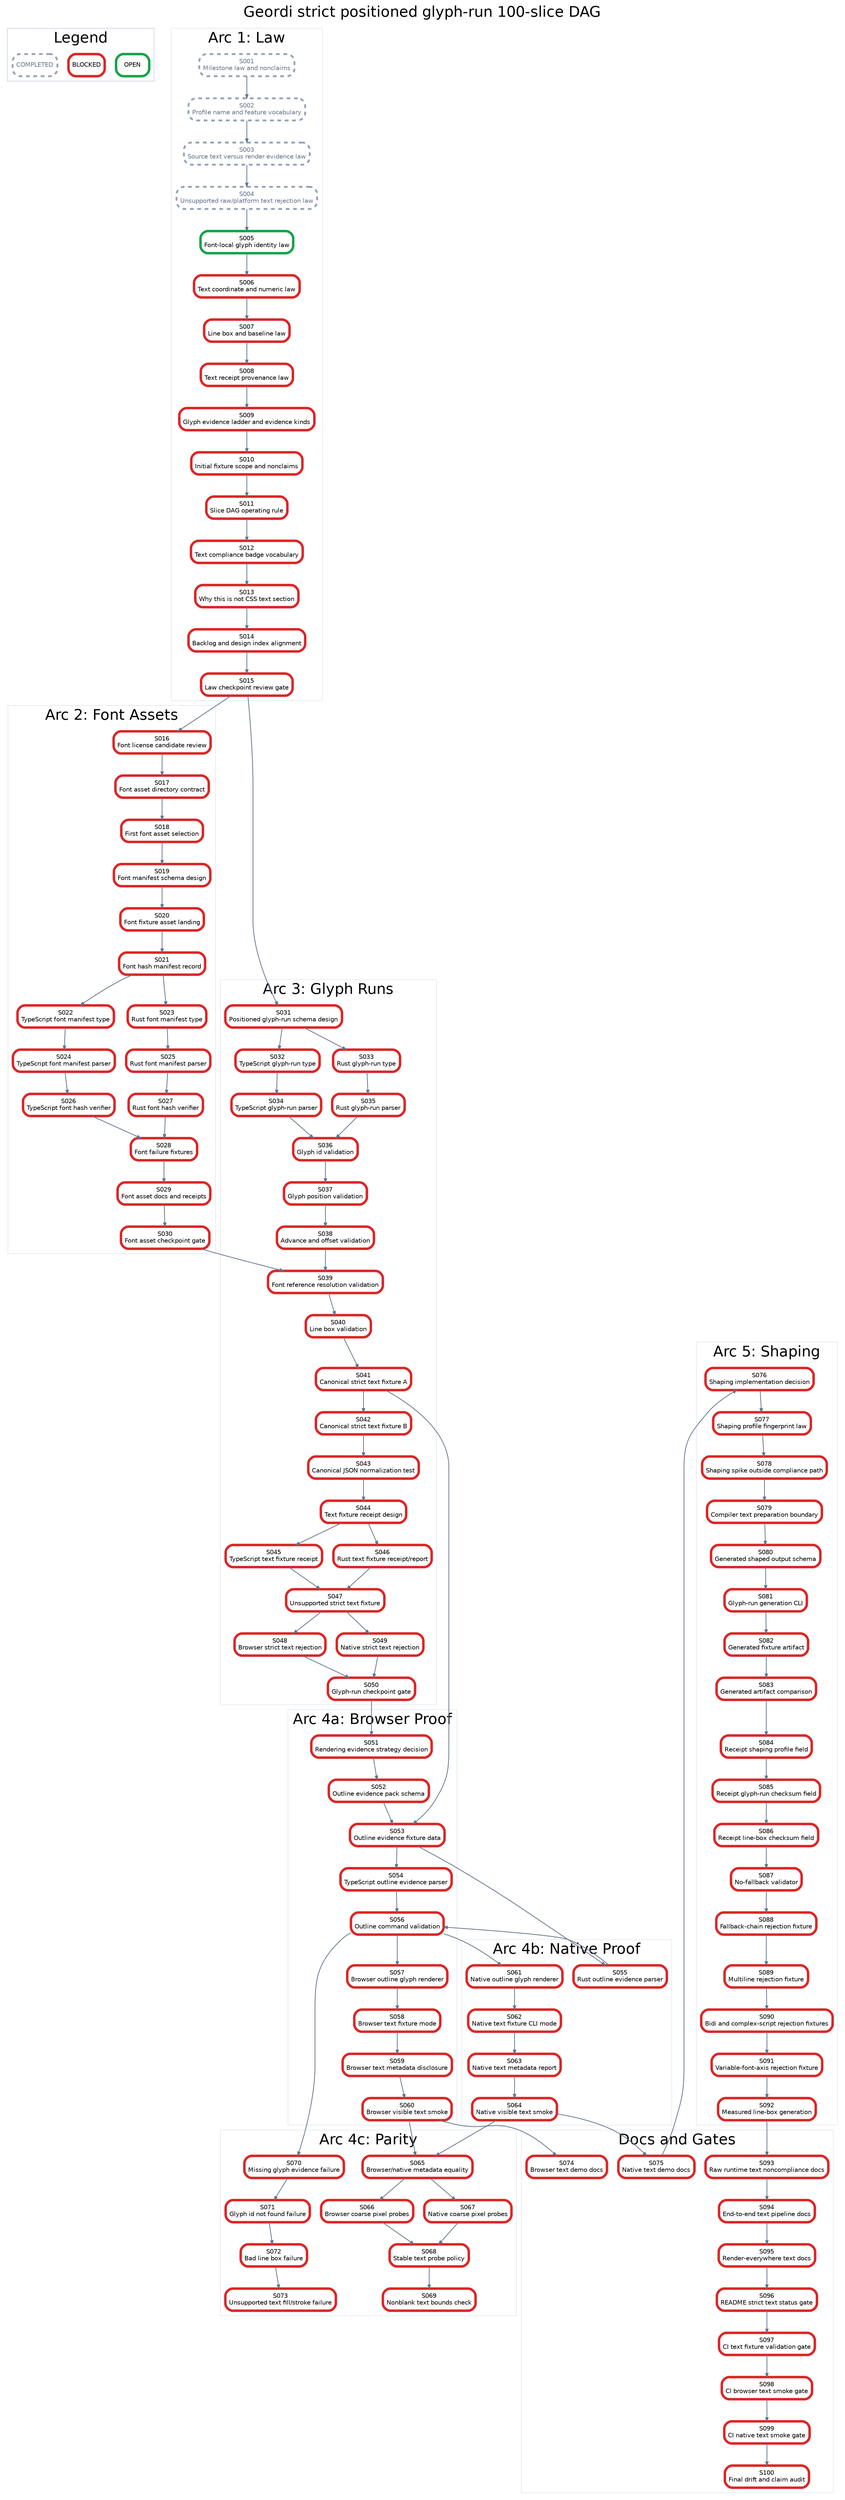
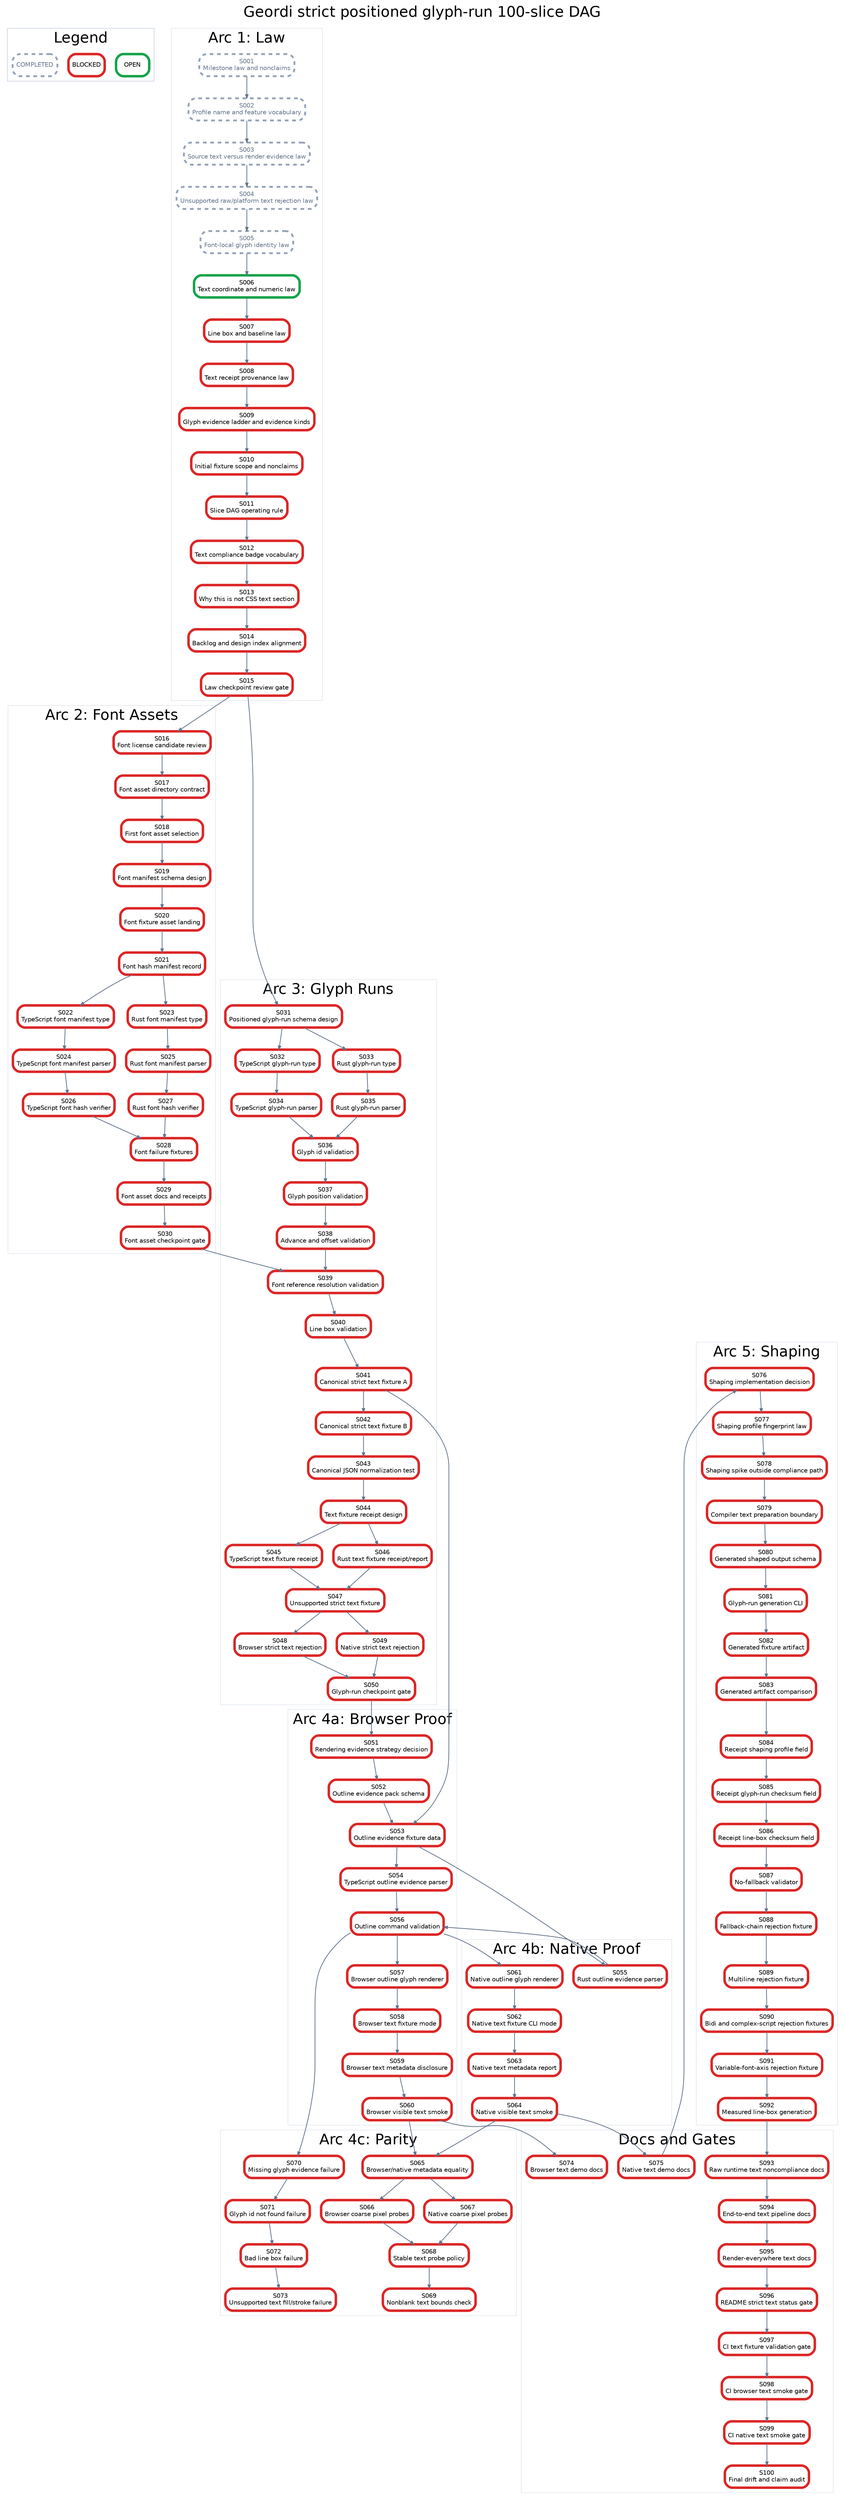
digraph StrictPositionedGlyphRunPlan {
  graph [rankdir=TB, bgcolor="white", fontname="Helvetica", label="Geordi strict positioned glyph-run 100-slice DAG", labelloc="t", fontsize=24];
  node [shape=box, style="rounded,filled", fillcolor="white", fontname="Helvetica", fontsize=10, margin="0.08,0.05"];
  edge [color="#64748b", arrowsize=0.6, penwidth=1.2];

  subgraph cluster_legend {
    label="Legend";
    color="#cbd5e1";
    legend_open [label="OPEN", color="#16a34a", penwidth=4];
    legend_blocked [label="BLOCKED", color="#dc2626", penwidth=4];
    legend_done [label="COMPLETED", color="#94a3b8", penwidth=3, style="rounded,filled,dashed", fontcolor="#64748b"];
  }

  subgraph cluster_law {
    label="Arc 1: Law";
    color="#e2e8f0";
    S001 [label="S001\nMilestone law and nonclaims", color="#94a3b8", penwidth=3, style="rounded,filled,dashed", fontcolor="#64748b"];
    S002 [label="S002\nProfile name and feature vocabulary", color="#94a3b8", penwidth=3, style="rounded,filled,dashed", fontcolor="#64748b"];
    S003 [label="S003\nSource text versus render evidence law", color="#94a3b8", penwidth=3, style="rounded,filled,dashed", fontcolor="#64748b"];
    S004 [label="S004\nUnsupported raw/platform text rejection law", color="#94a3b8", penwidth=3, style="rounded,filled,dashed", fontcolor="#64748b"];
-     S005 [label="S005\nFont-local glyph identity law", color="#16a34a", penwidth=4];
-     S006 [label="S006\nText coordinate and numeric law", color="#dc2626", penwidth=4];
+     S005 [label="S005\nFont-local glyph identity law", color="#94a3b8", penwidth=3, style="rounded,filled,dashed", fontcolor="#64748b"];
+     S006 [label="S006\nText coordinate and numeric law", color="#16a34a", penwidth=4];
    S007 [label="S007\nLine box and baseline law", color="#dc2626", penwidth=4];
    S008 [label="S008\nText receipt provenance law", color="#dc2626", penwidth=4];
    S009 [label="S009\nGlyph evidence ladder and evidence kinds", color="#dc2626", penwidth=4];
    S010 [label="S010\nInitial fixture scope and nonclaims", color="#dc2626", penwidth=4];
    S011 [label="S011\nSlice DAG operating rule", color="#dc2626", penwidth=4];
    S012 [label="S012\nText compliance badge vocabulary", color="#dc2626", penwidth=4];
    S013 [label="S013\nWhy this is not CSS text section", color="#dc2626", penwidth=4];
    S014 [label="S014\nBacklog and design index alignment", color="#dc2626", penwidth=4];
    S015 [label="S015\nLaw checkpoint review gate", color="#dc2626", penwidth=4];
  }

  subgraph cluster_assets {
    label="Arc 2: Font Assets";
    color="#e2e8f0";
    S016 [label="S016\nFont license candidate review", color="#dc2626", penwidth=4];
    S017 [label="S017\nFont asset directory contract", color="#dc2626", penwidth=4];
    S018 [label="S018\nFirst font asset selection", color="#dc2626", penwidth=4];
    S019 [label="S019\nFont manifest schema design", color="#dc2626", penwidth=4];
    S020 [label="S020\nFont fixture asset landing", color="#dc2626", penwidth=4];
    S021 [label="S021\nFont hash manifest record", color="#dc2626", penwidth=4];
    S022 [label="S022\nTypeScript font manifest type", color="#dc2626", penwidth=4];
    S023 [label="S023\nRust font manifest type", color="#dc2626", penwidth=4];
    S024 [label="S024\nTypeScript font manifest parser", color="#dc2626", penwidth=4];
    S025 [label="S025\nRust font manifest parser", color="#dc2626", penwidth=4];
    S026 [label="S026\nTypeScript font hash verifier", color="#dc2626", penwidth=4];
    S027 [label="S027\nRust font hash verifier", color="#dc2626", penwidth=4];
    S028 [label="S028\nFont failure fixtures", color="#dc2626", penwidth=4];
    S029 [label="S029\nFont asset docs and receipts", color="#dc2626", penwidth=4];
    S030 [label="S030\nFont asset checkpoint gate", color="#dc2626", penwidth=4];
  }

  subgraph cluster_glyph {
    label="Arc 3: Glyph Runs";
    color="#e2e8f0";
    S031 [label="S031\nPositioned glyph-run schema design", color="#dc2626", penwidth=4];
    S032 [label="S032\nTypeScript glyph-run type", color="#dc2626", penwidth=4];
    S033 [label="S033\nRust glyph-run type", color="#dc2626", penwidth=4];
    S034 [label="S034\nTypeScript glyph-run parser", color="#dc2626", penwidth=4];
    S035 [label="S035\nRust glyph-run parser", color="#dc2626", penwidth=4];
    S036 [label="S036\nGlyph id validation", color="#dc2626", penwidth=4];
    S037 [label="S037\nGlyph position validation", color="#dc2626", penwidth=4];
    S038 [label="S038\nAdvance and offset validation", color="#dc2626", penwidth=4];
    S039 [label="S039\nFont reference resolution validation", color="#dc2626", penwidth=4];
    S040 [label="S040\nLine box validation", color="#dc2626", penwidth=4];
    S041 [label="S041\nCanonical strict text fixture A", color="#dc2626", penwidth=4];
    S042 [label="S042\nCanonical strict text fixture B", color="#dc2626", penwidth=4];
    S043 [label="S043\nCanonical JSON normalization test", color="#dc2626", penwidth=4];
    S044 [label="S044\nText fixture receipt design", color="#dc2626", penwidth=4];
    S045 [label="S045\nTypeScript text fixture receipt", color="#dc2626", penwidth=4];
    S046 [label="S046\nRust text fixture receipt/report", color="#dc2626", penwidth=4];
    S047 [label="S047\nUnsupported strict text fixture", color="#dc2626", penwidth=4];
    S048 [label="S048\nBrowser strict text rejection", color="#dc2626", penwidth=4];
    S049 [label="S049\nNative strict text rejection", color="#dc2626", penwidth=4];
    S050 [label="S050\nGlyph-run checkpoint gate", color="#dc2626", penwidth=4];
  }

  subgraph cluster_browser {
    label="Arc 4a: Browser Proof";
    color="#e2e8f0";
    S051 [label="S051\nRendering evidence strategy decision", color="#dc2626", penwidth=4];
    S052 [label="S052\nOutline evidence pack schema", color="#dc2626", penwidth=4];
    S053 [label="S053\nOutline evidence fixture data", color="#dc2626", penwidth=4];
    S054 [label="S054\nTypeScript outline evidence parser", color="#dc2626", penwidth=4];
    S056 [label="S056\nOutline command validation", color="#dc2626", penwidth=4];
    S057 [label="S057\nBrowser outline glyph renderer", color="#dc2626", penwidth=4];
    S058 [label="S058\nBrowser text fixture mode", color="#dc2626", penwidth=4];
    S059 [label="S059\nBrowser text metadata disclosure", color="#dc2626", penwidth=4];
    S060 [label="S060\nBrowser visible text smoke", color="#dc2626", penwidth=4];
  }

  subgraph cluster_native {
    label="Arc 4b: Native Proof";
    color="#e2e8f0";
    S055 [label="S055\nRust outline evidence parser", color="#dc2626", penwidth=4];
    S061 [label="S061\nNative outline glyph renderer", color="#dc2626", penwidth=4];
    S062 [label="S062\nNative text fixture CLI mode", color="#dc2626", penwidth=4];
    S063 [label="S063\nNative text metadata report", color="#dc2626", penwidth=4];
    S064 [label="S064\nNative visible text smoke", color="#dc2626", penwidth=4];
  }

  subgraph cluster_parity {
    label="Arc 4c: Parity";
    color="#e2e8f0";
    S065 [label="S065\nBrowser/native metadata equality", color="#dc2626", penwidth=4];
    S066 [label="S066\nBrowser coarse pixel probes", color="#dc2626", penwidth=4];
    S067 [label="S067\nNative coarse pixel probes", color="#dc2626", penwidth=4];
    S068 [label="S068\nStable text probe policy", color="#dc2626", penwidth=4];
    S069 [label="S069\nNonblank text bounds check", color="#dc2626", penwidth=4];
    S070 [label="S070\nMissing glyph evidence failure", color="#dc2626", penwidth=4];
    S071 [label="S071\nGlyph id not found failure", color="#dc2626", penwidth=4];
    S072 [label="S072\nBad line box failure", color="#dc2626", penwidth=4];
    S073 [label="S073\nUnsupported text fill/stroke failure", color="#dc2626", penwidth=4];
  }

  subgraph cluster_shaping {
    label="Arc 5: Shaping";
    color="#e2e8f0";
    S076 [label="S076\nShaping implementation decision", color="#dc2626", penwidth=4];
    S077 [label="S077\nShaping profile fingerprint law", color="#dc2626", penwidth=4];
    S078 [label="S078\nShaping spike outside compliance path", color="#dc2626", penwidth=4];
    S079 [label="S079\nCompiler text preparation boundary", color="#dc2626", penwidth=4];
    S080 [label="S080\nGenerated shaped output schema", color="#dc2626", penwidth=4];
    S081 [label="S081\nGlyph-run generation CLI", color="#dc2626", penwidth=4];
    S082 [label="S082\nGenerated fixture artifact", color="#dc2626", penwidth=4];
    S083 [label="S083\nGenerated artifact comparison", color="#dc2626", penwidth=4];
    S084 [label="S084\nReceipt shaping profile field", color="#dc2626", penwidth=4];
    S085 [label="S085\nReceipt glyph-run checksum field", color="#dc2626", penwidth=4];
    S086 [label="S086\nReceipt line-box checksum field", color="#dc2626", penwidth=4];
    S087 [label="S087\nNo-fallback validator", color="#dc2626", penwidth=4];
    S088 [label="S088\nFallback-chain rejection fixture", color="#dc2626", penwidth=4];
    S089 [label="S089\nMultiline rejection fixture", color="#dc2626", penwidth=4];
    S090 [label="S090\nBidi and complex-script rejection fixtures", color="#dc2626", penwidth=4];
    S091 [label="S091\nVariable-font-axis rejection fixture", color="#dc2626", penwidth=4];
    S092 [label="S092\nMeasured line-box generation", color="#dc2626", penwidth=4];
  }

  subgraph cluster_docs {
    label="Docs and Gates";
    color="#e2e8f0";
    S074 [label="S074\nBrowser text demo docs", color="#dc2626", penwidth=4];
    S075 [label="S075\nNative text demo docs", color="#dc2626", penwidth=4];
    S093 [label="S093\nRaw runtime text noncompliance docs", color="#dc2626", penwidth=4];
    S094 [label="S094\nEnd-to-end text pipeline docs", color="#dc2626", penwidth=4];
    S095 [label="S095\nRender-everywhere text docs", color="#dc2626", penwidth=4];
    S096 [label="S096\nREADME strict text status gate", color="#dc2626", penwidth=4];
    S097 [label="S097\nCI text fixture validation gate", color="#dc2626", penwidth=4];
    S098 [label="S098\nCI browser text smoke gate", color="#dc2626", penwidth=4];
    S099 [label="S099\nCI native text smoke gate", color="#dc2626", penwidth=4];
    S100 [label="S100\nFinal drift and claim audit", color="#dc2626", penwidth=4];
  }

  S001 -> S002;
  S002 -> S003;
  S003 -> S004;
  S004 -> S005;
  S005 -> S006;
  S006 -> S007;
  S007 -> S008;
  S008 -> S009;
  S009 -> S010;
  S010 -> S011;
  S011 -> S012;
  S012 -> S013;
  S013 -> S014;
  S014 -> S015;
  S015 -> S016;
  S016 -> S017;
  S017 -> S018;
  S018 -> S019;
  S019 -> S020;
  S020 -> S021;
  S021 -> S022;
  S021 -> S023;
  S022 -> S024;
  S023 -> S025;
  S024 -> S026;
  S025 -> S027;
  S026 -> S028;
  S027 -> S028;
  S028 -> S029;
  S029 -> S030;
  S015 -> S031;
  S031 -> S032;
  S031 -> S033;
  S032 -> S034;
  S033 -> S035;
  S034 -> S036;
  S035 -> S036;
  S036 -> S037;
  S037 -> S038;
  S038 -> S039;
  S039 -> S040;
  S030 -> S039;
  S040 -> S041;
  S041 -> S042;
  S042 -> S043;
  S043 -> S044;
  S044 -> S045;
  S044 -> S046;
  S045 -> S047;
  S046 -> S047;
  S047 -> S048;
  S047 -> S049;
  S048 -> S050;
  S049 -> S050;
  S050 -> S051;
  S051 -> S052;
  S052 -> S053;
  S041 -> S053;
  S053 -> S054;
  S053 -> S055;
  S054 -> S056;
  S055 -> S056;
  S056 -> S057;
  S057 -> S058;
  S058 -> S059;
  S059 -> S060;
  S056 -> S061;
  S061 -> S062;
  S062 -> S063;
  S063 -> S064;
  S060 -> S065;
  S064 -> S065;
  S065 -> S066;
  S065 -> S067;
  S066 -> S068;
  S067 -> S068;
  S068 -> S069;
  S056 -> S070;
  S070 -> S071;
  S071 -> S072;
  S072 -> S073;
  S060 -> S074;
  S064 -> S075;
  S075 -> S076;
  S076 -> S077;
  S077 -> S078;
  S078 -> S079;
  S079 -> S080;
  S080 -> S081;
  S081 -> S082;
  S082 -> S083;
  S083 -> S084;
  S084 -> S085;
  S085 -> S086;
  S086 -> S087;
  S087 -> S088;
  S088 -> S089;
  S089 -> S090;
  S090 -> S091;
  S091 -> S092;
  S092 -> S093;
  S093 -> S094;
  S094 -> S095;
  S095 -> S096;
  S096 -> S097;
  S097 -> S098;
  S098 -> S099;
  S099 -> S100;
}
